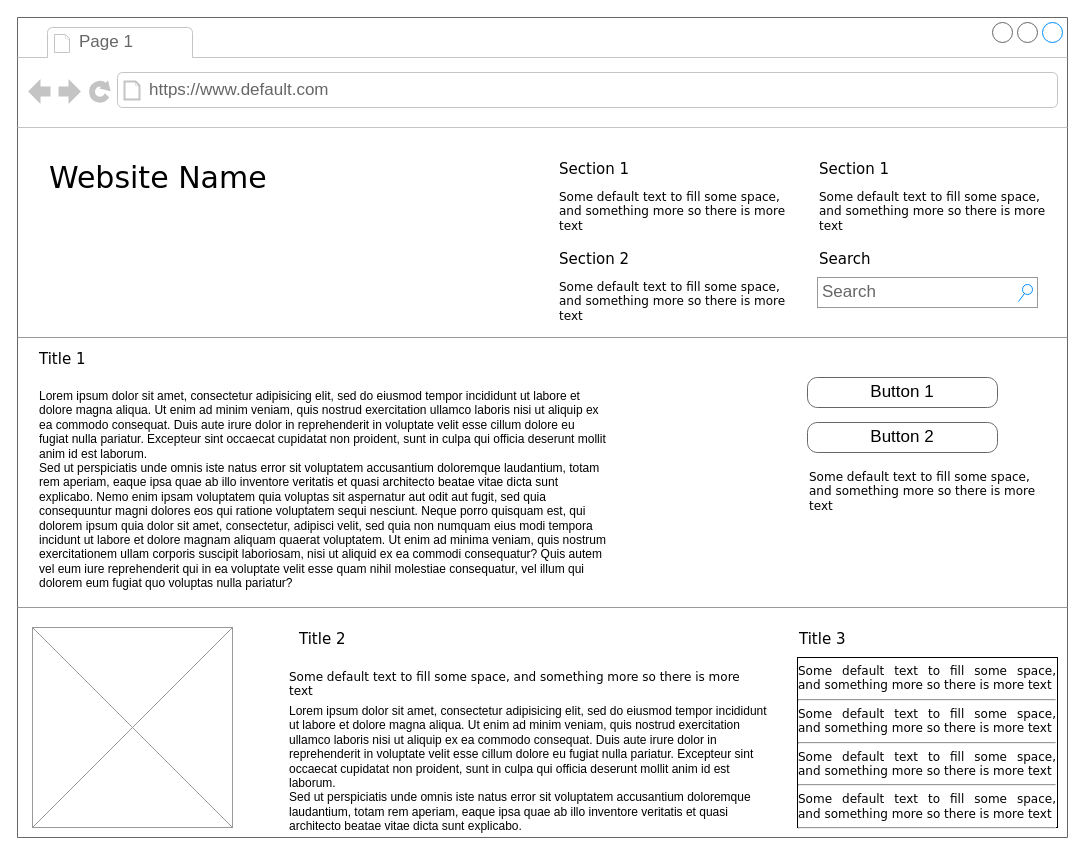
Earlier version of the draw.io diagram Untitled Diagram.drawio (dfain2018/dfain2018.github.io). Source tidied: cells renumbered, new cells numbered last; positions are measured from the earlier drawing's top-left corner, leaving out a move shared by most shapes. Both pictures are drawn from the tidied source at 100%, with x=0, y=0 at pixel (17, 17).
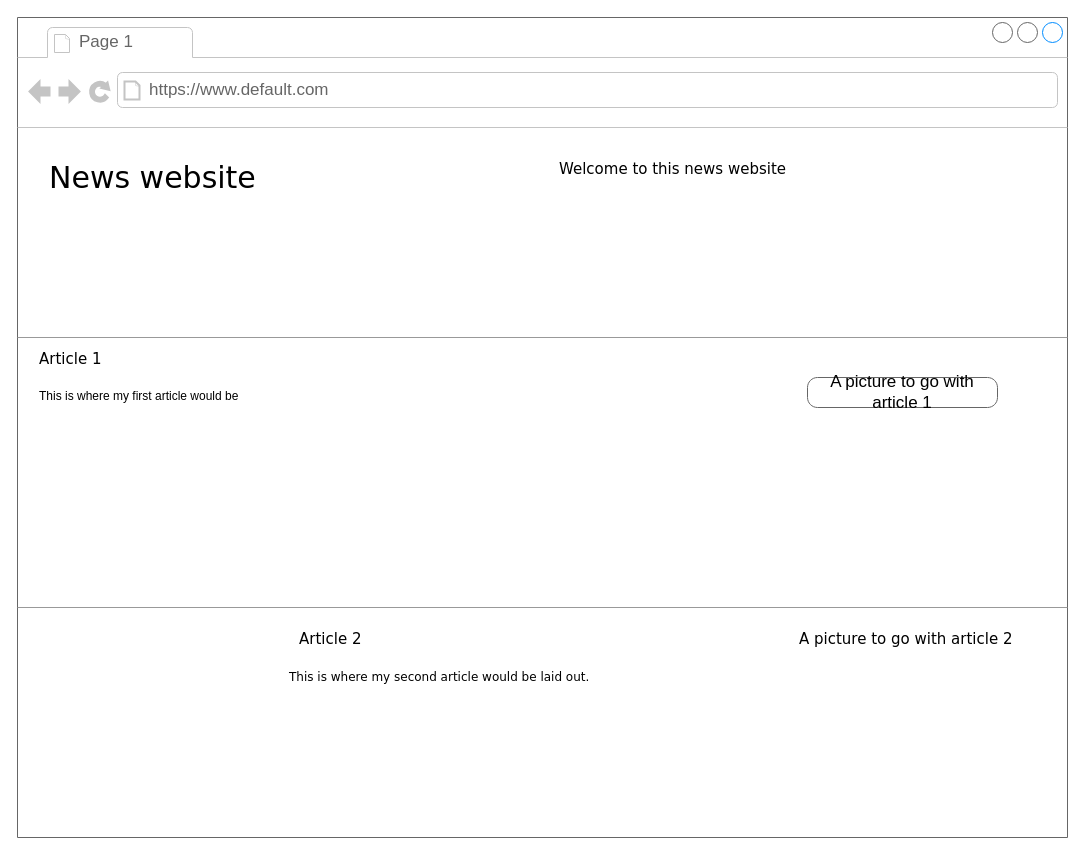
Above is the later version.

Commit message:
unit8wireframes

The change refers to these unchanged cells:
```xml
<mxCell id="2" style="strokeWidth=1;shadow=0;dashed=0;align=center;html=1;shape=mxgraph.mockup.containers.browserWindow;rSize=0;strokeColor=#666666;mainText=,;rounded=0;labelBackgroundColor=none;fontFamily=Verdana;fontSize=12;" parent="1" vertex="1">
  <mxGeometry width="1050" height="820" as="geometry" />
</mxCell>
```

Diff of the diagram source:
```diff
@@
-    <mxCell id="5" value="Website Name" style="text;html=1;align=left;verticalAlign=top;spacingTop=-4;fontSize=30;fontFamily=Verdana;" parent="2" vertex="1">
+    <mxCell id="5" value="News website" style="text;html=1;align=left;verticalAlign=top;spacingTop=-4;fontSize=30;fontFamily=Verdana;" parent="2" vertex="1">
       <mxGeometry x="30" y="140" width="340" height="50" as="geometry" />
     </mxCell>
-    <mxCell id="6" value="Section 1" style="text;html=1;align=left;verticalAlign=top;spacingTop=-4;fontSize=15;fontFamily=Verdana;" parent="2" vertex="1">
+    <mxCell id="6" value="Welcome to this news website" style="text;html=1;align=left;verticalAlign=top;spacingTop=-4;fontSize=15;fontFamily=Verdana;" parent="2" vertex="1">
       <mxGeometry x="540" y="140" width="170" height="30" as="geometry" />
     </mxCell>
-    <mxCell id="7" value="Some default text to fill some space, and&amp;nbsp;&lt;span&gt;something more so there is more text&lt;/span&gt;" style="text;html=1;align=left;verticalAlign=top;spacingTop=-4;fontSize=12;fontFamily=Verdana;whiteSpace=wrap;" parent="2" vertex="1">
-      <mxGeometry x="540" y="170" width="240" height="40" as="geometry" />
-    </mxCell>
-    <mxCell id="8" value="Section 2" style="text;html=1;align=left;verticalAlign=top;spacingTop=-4;fontSize=15;fontFamily=Verdana;" parent="2" vertex="1">
-      <mxGeometry x="540" y="230" width="170" height="30" as="geometry" />
-    </mxCell>
-    <mxCell id="9" value="Some default text to fill some space, and&amp;nbsp;&lt;span&gt;something more so there is more text&lt;/span&gt;" style="text;html=1;align=left;verticalAlign=top;spacingTop=-4;fontSize=12;fontFamily=Verdana;whiteSpace=wrap;" parent="2" vertex="1">
-      <mxGeometry x="540" y="260" width="240" height="40" as="geometry" />
-    </mxCell>
-    <mxCell id="10" value="Section 1" style="text;html=1;align=left;verticalAlign=top;spacingTop=-4;fontSize=15;fontFamily=Verdana;" parent="2" vertex="1">
-      <mxGeometry x="800" y="140" width="170" height="30" as="geometry" />
-    </mxCell>
-    <mxCell id="11" value="Some default text to fill some space, and&amp;nbsp;&lt;span&gt;something more so there is more text&lt;/span&gt;" style="text;html=1;align=left;verticalAlign=top;spacingTop=-4;fontSize=12;fontFamily=Verdana;whiteSpace=wrap;" parent="2" vertex="1">
-      <mxGeometry x="800" y="170" width="240" height="40" as="geometry" />
-    </mxCell>
-    <mxCell id="12" value="Search" style="text;html=1;align=left;verticalAlign=top;spacingTop=-4;fontSize=15;fontFamily=Verdana;" parent="2" vertex="1">
-      <mxGeometry x="800" y="230" width="170" height="30" as="geometry" />
-    </mxCell>
-    <mxCell id="13" value="Search" style="strokeWidth=1;shadow=0;dashed=0;align=center;html=1;shape=mxgraph.mockup.forms.searchBox;strokeColor=#999999;mainText=;strokeColor2=#008cff;fontColor=#666666;fontSize=17;align=left;spacingLeft=3;rounded=0;labelBackgroundColor=none;" parent="2" vertex="1">
-      <mxGeometry x="800" y="260" width="220" height="30" as="geometry" />
-    </mxCell>
@@
-    <mxCell id="15" value="Title 1" style="text;html=1;align=left;verticalAlign=top;spacingTop=-4;fontSize=15;fontFamily=Verdana;" parent="2" vertex="1">
+    <mxCell id="15" value="Article 1" style="text;html=1;align=left;verticalAlign=top;spacingTop=-4;fontSize=15;fontFamily=Verdana;" parent="2" vertex="1">
       <mxGeometry x="20" y="330" width="170" height="30" as="geometry" />
     </mxCell>
-    <mxCell id="16" value="Lorem ipsum dolor sit amet, consectetur adipisicing elit, sed do eiusmod tempor incididunt ut labore et dolore magna aliqua. Ut enim ad minim veniam, quis nostrud exercitation ullamco laboris nisi ut aliquip ex ea commodo consequat. Duis aute irure dolor in reprehenderit in voluptate velit esse cillum dolore eu fugiat nulla pariatur. Excepteur sint occaecat cupidatat non proident, sunt in culpa qui officia deserunt mollit anim id est laborum.&#10;Sed ut perspiciatis unde omnis iste natus error sit voluptatem accusantium doloremque laudantium, totam rem aperiam, eaque ipsa quae ab illo inventore veritatis et quasi architecto beatae vitae dicta sunt explicabo. Nemo enim ipsam voluptatem quia voluptas sit aspernatur aut odit aut fugit, sed quia consequuntur magni dolores eos qui ratione voluptatem sequi nesciunt. Neque porro quisquam est, qui dolorem ipsum quia dolor sit amet, consectetur, adipisci velit, sed quia non numquam eius modi tempora incidunt ut labore et dolore magnam aliquam quaerat voluptatem. Ut enim ad minima veniam, quis nostrum exercitationem ullam corporis suscipit laboriosam, nisi ut aliquid ex ea commodi consequatur? Quis autem vel eum iure reprehenderit qui in ea voluptate velit esse quam nihil molestiae consequatur, vel illum qui dolorem eum fugiat quo voluptas nulla pariatur?" style="text;spacingTop=-5;whiteSpace=wrap;html=1;align=left;fontSize=12;fontFamily=Helvetica;fillColor=none;strokeColor=none;rounded=0;shadow=1;labelBackgroundColor=none;" parent="2" vertex="1">
+    <mxCell id="16" value="This is where my first article would be" style="text;spacingTop=-5;whiteSpace=wrap;html=1;align=left;fontSize=12;fontFamily=Helvetica;fillColor=none;strokeColor=none;rounded=0;shadow=1;labelBackgroundColor=none;" parent="2" vertex="1">
       <mxGeometry x="20" y="370" width="570" height="240" as="geometry" />
     </mxCell>
-    <mxCell id="17" value="Button 1" style="strokeWidth=1;shadow=0;dashed=0;align=center;html=1;shape=mxgraph.mockup.buttons.button;strokeColor=#666666;mainText=;buttonStyle=round;fontSize=17;fontStyle=0;fillColor=none;whiteSpace=wrap;rounded=0;labelBackgroundColor=none;" parent="2" vertex="1">
+    <mxCell id="17" value="A picture to go with article 1" style="strokeWidth=1;shadow=0;dashed=0;align=center;html=1;shape=mxgraph.mockup.buttons.button;strokeColor=#666666;mainText=;buttonStyle=round;fontSize=17;fontStyle=0;fillColor=none;whiteSpace=wrap;rounded=0;labelBackgroundColor=none;" parent="2" vertex="1">
       <mxGeometry x="790" y="360" width="190" height="30" as="geometry" />
     </mxCell>
-    <mxCell id="18" value="Button 2" style="strokeWidth=1;shadow=0;dashed=0;align=center;html=1;shape=mxgraph.mockup.buttons.button;strokeColor=#666666;mainText=;buttonStyle=round;fontSize=17;fontStyle=0;fillColor=none;whiteSpace=wrap;rounded=0;labelBackgroundColor=none;" parent="2" vertex="1">
-      <mxGeometry x="790" y="405" width="190" height="30" as="geometry" />
-    </mxCell>
-    <mxCell id="19" value="Some default text to fill some space, and&amp;nbsp;&lt;span&gt;something more so there is more text&lt;/span&gt;" style="text;html=1;align=left;verticalAlign=top;spacingTop=-4;fontSize=12;fontFamily=Verdana;whiteSpace=wrap;" parent="2" vertex="1">
-      <mxGeometry x="790" y="450" width="240" height="40" as="geometry" />
-    </mxCell>
@@
-    <mxCell id="21" style="verticalLabelPosition=bottom;shadow=0;dashed=0;align=center;html=1;verticalAlign=top;strokeWidth=1;shape=mxgraph.mockup.graphics.simpleIcon;strokeColor=#999999;fillColor=#ffffff;rounded=0;labelBackgroundColor=none;fontFamily=Verdana;fontSize=12;fontColor=#000000;" parent="2" vertex="1">
-      <mxGeometry x="15" y="610" width="200" height="200" as="geometry" />
-    </mxCell>
-    <mxCell id="22" value="Title 2" style="text;html=1;align=left;verticalAlign=top;spacingTop=-4;fontSize=15;fontFamily=Verdana;" parent="2" vertex="1">
+    <mxCell id="22" value="Article 2" style="text;html=1;align=left;verticalAlign=top;spacingTop=-4;fontSize=15;fontFamily=Verdana;" parent="2" vertex="1">
       <mxGeometry x="280" y="610" width="170" height="30" as="geometry" />
     </mxCell>
-    <mxCell id="23" value="Title 3" style="text;html=1;align=left;verticalAlign=top;spacingTop=-4;fontSize=15;fontFamily=Verdana;" parent="2" vertex="1">
+    <mxCell id="23" value="A picture to go with article 2" style="text;html=1;align=left;verticalAlign=top;spacingTop=-4;fontSize=15;fontFamily=Verdana;" parent="2" vertex="1">
       <mxGeometry x="780" y="610" width="170" height="30" as="geometry" />
     </mxCell>
-    <mxCell id="24" value="&lt;div style=&quot;text-align: justify&quot;&gt;&lt;span&gt;Some default text to fill some space, and&amp;nbsp;&lt;/span&gt;&lt;span&gt;something more so there is more text&lt;/span&gt;&lt;/div&gt;&lt;div style=&quot;text-align: justify&quot;&gt;&lt;hr id=&quot;null&quot; style=&quot;text-align: justify&quot;&gt;&lt;span&gt;&lt;div style=&quot;text-align: justify&quot;&gt;&lt;span&gt;Some default text to fill some space, and&amp;nbsp;&lt;/span&gt;&lt;span&gt;something more so there is more text&lt;/span&gt;&lt;/div&gt;&lt;/span&gt;&lt;/div&gt;&lt;hr id=&quot;null&quot; style=&quot;text-align: justify&quot;&gt;&lt;span&gt;&lt;div style=&quot;text-align: justify&quot;&gt;&lt;span&gt;Some default text to fill some space, and&amp;nbsp;&lt;/span&gt;&lt;span&gt;something more so there is more text&lt;/span&gt;&lt;/div&gt;&lt;/span&gt;&lt;hr id=&quot;null&quot; style=&quot;text-align: justify&quot;&gt;&lt;span&gt;&lt;div style=&quot;text-align: justify&quot;&gt;&lt;span&gt;Some default text to fill some space, and&amp;nbsp;&lt;/span&gt;&lt;span&gt;something more so there is more text&lt;/span&gt;&lt;/div&gt;&lt;/span&gt;&lt;hr id=&quot;null&quot; style=&quot;text-align: left&quot;&gt;" style="whiteSpace=wrap;html=1;rounded=0;shadow=0;labelBackgroundColor=none;strokeWidth=1;fontFamily=Verdana;fontSize=12;align=center;verticalAlign=top;" parent="2" vertex="1">
-      <mxGeometry x="780" y="640" width="260" height="170" as="geometry" />
-    </mxCell>
-    <mxCell id="25" value="Some default text to fill some space, and&amp;nbsp;&lt;span&gt;something more so there is more text&lt;/span&gt;" style="text;html=1;align=left;verticalAlign=top;spacingTop=-4;fontSize=12;fontFamily=Verdana;whiteSpace=wrap;" parent="2" vertex="1">
+    <mxCell id="25" value="This is where my second article would be laid out." style="text;html=1;align=left;verticalAlign=top;spacingTop=-4;fontSize=12;fontFamily=Verdana;whiteSpace=wrap;" parent="2" vertex="1">
       <mxGeometry x="270" y="650" width="470" height="40" as="geometry" />
     </mxCell>
-    <mxCell id="26" value="Lorem ipsum dolor sit amet, consectetur adipisicing elit, sed do eiusmod tempor incididunt ut labore et dolore magna aliqua. Ut enim ad minim veniam, quis nostrud exercitation ullamco laboris nisi ut aliquip ex ea commodo consequat. Duis aute irure dolor in reprehenderit in voluptate velit esse cillum dolore eu fugiat nulla pariatur. Excepteur sint occaecat cupidatat non proident, sunt in culpa qui officia deserunt mollit anim id est laborum.&lt;br&gt;Sed ut perspiciatis unde omnis iste natus error sit voluptatem accusantium doloremque laudantium, totam rem aperiam, eaque ipsa quae ab illo inventore veritatis et quasi architecto beatae vitae dicta sunt explicabo.&amp;nbsp;" style="text;spacingTop=-5;whiteSpace=wrap;html=1;align=left;fontSize=12;fontFamily=Helvetica;fillColor=none;strokeColor=none;rounded=0;shadow=1;labelBackgroundColor=none;" parent="1" vertex="1">
-      <mxGeometry x="270" y="685" width="490" height="125" as="geometry" />
-    </mxCell>
```
